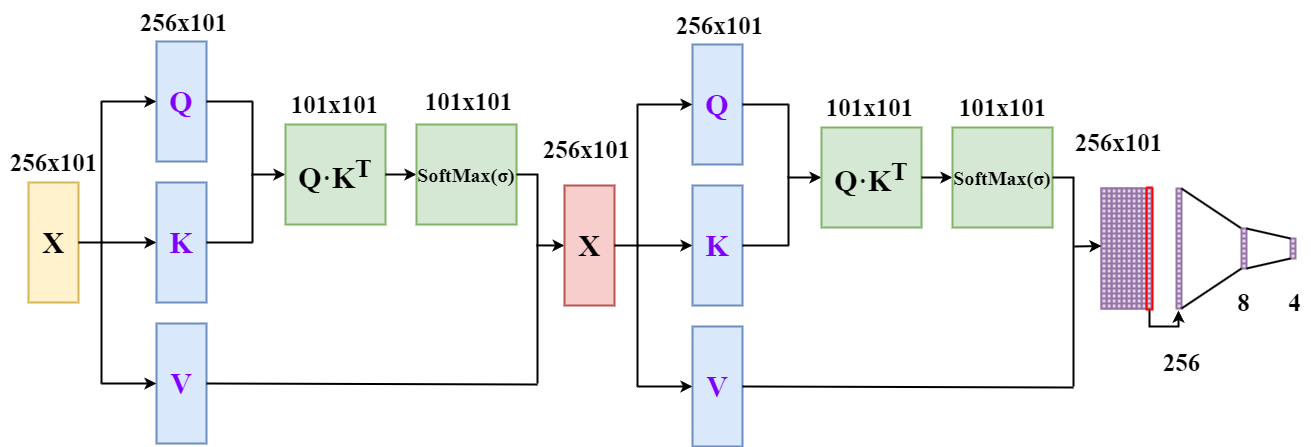
Purer-lyk/network_pic keeps this draw.io diagram as attention.drawio.png. Above is the earlier version. Source tidied: cells renumbered, new cells last; positions are measured from the earlier drawing's top-left corner, leaving out a move shared by most shapes.
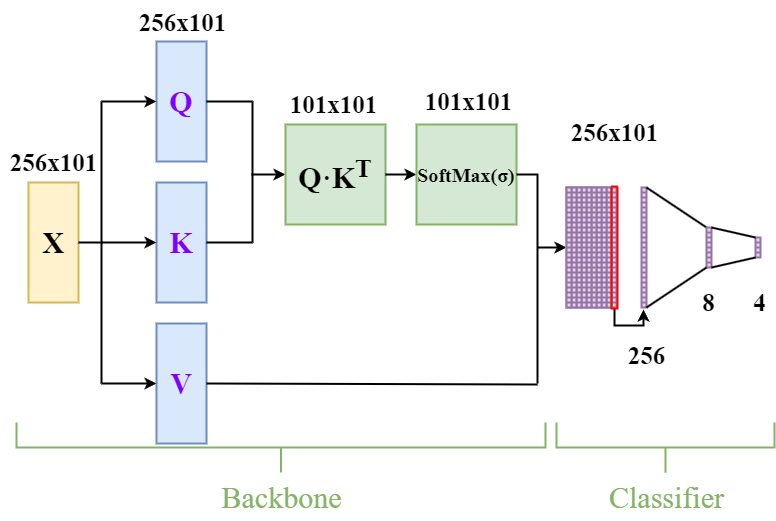
Above is the later version.

What changed in the source:
```diff
@@ -3,89 +3,89 @@
     <mxCell id="0" />
     <mxCell id="1" parent="0" />
     <mxCell id="2" value="&lt;font size=&quot;1&quot; face=&quot;Times New Roman&quot; style=&quot;&quot;&gt;&lt;b style=&quot;font-size: 30px;&quot;&gt;X&lt;/b&gt;&lt;/font&gt;" style="rounded=0;whiteSpace=wrap;html=1;strokeWidth=2;fillColor=#fff2cc;strokeColor=#d6b656;" parent="1" vertex="1">
-      <mxGeometry x="29" y="182" width="50" height="120" as="geometry" />
+      <mxGeometry x="564" y="183" width="50" height="120" as="geometry" />
     </mxCell>
     <mxCell id="3" value="&lt;font size=&quot;1&quot; color=&quot;#7f00ff&quot; face=&quot;Times New Roman&quot; style=&quot;&quot;&gt;&lt;b style=&quot;font-size: 30px;&quot;&gt;Q&lt;/b&gt;&lt;/font&gt;" style="rounded=0;whiteSpace=wrap;html=1;strokeWidth=2;fillColor=#dae8fc;strokeColor=#6c8ebf;" parent="1" vertex="1">
-      <mxGeometry x="157" y="41" width="50" height="120" as="geometry" />
+      <mxGeometry x="692" y="42" width="50" height="120" as="geometry" />
     </mxCell>
     <mxCell id="4" value="&lt;font size=&quot;1&quot; color=&quot;#7f00ff&quot; face=&quot;Times New Roman&quot; style=&quot;&quot;&gt;&lt;b style=&quot;font-size: 30px;&quot;&gt;K&lt;/b&gt;&lt;/font&gt;" style="rounded=0;whiteSpace=wrap;html=1;strokeWidth=2;fillColor=#dae8fc;strokeColor=#6c8ebf;" parent="1" vertex="1">
-      <mxGeometry x="157" y="182" width="50" height="120" as="geometry" />
+      <mxGeometry x="692" y="183" width="50" height="120" as="geometry" />
     </mxCell>
     <mxCell id="5" value="&lt;font size=&quot;1&quot; color=&quot;#7f00ff&quot; face=&quot;Times New Roman&quot; style=&quot;&quot;&gt;&lt;b style=&quot;font-size: 30px;&quot;&gt;V&lt;/b&gt;&lt;/font&gt;" style="rounded=0;whiteSpace=wrap;html=1;strokeWidth=2;fillColor=#dae8fc;strokeColor=#6c8ebf;" parent="1" vertex="1">
-      <mxGeometry x="157" y="323" width="50" height="120" as="geometry" />
+      <mxGeometry x="692" y="324" width="50" height="120" as="geometry" />
     </mxCell>
     <mxCell id="6" style="endArrow=none;html=1;rounded=0;exitX=1;exitY=0.5;exitDx=0;exitDy=0;strokeWidth=2;" parent="1" edge="1" source="2">
       <mxGeometry relative="1" as="geometry">
-        <mxPoint x="103" y="242" as="targetPoint" />
+        <mxPoint x="638" y="243" as="targetPoint" />
       </mxGeometry>
     </mxCell>
     <mxCell id="7" style="endArrow=none;html=1;rounded=0;curved=0;strokeWidth=2;" parent="1" edge="1">
       <mxGeometry relative="1" as="geometry">
-        <mxPoint x="102" y="383" as="sourcePoint" />
-        <mxPoint x="102" y="101" as="targetPoint" />
+        <mxPoint x="637" y="384" as="sourcePoint" />
+        <mxPoint x="637" y="102" as="targetPoint" />
       </mxGeometry>
     </mxCell>
     <mxCell id="8" style="endArrow=classic;html=1;rounded=0;entryX=0;entryY=0.5;entryDx=0;entryDy=0;strokeWidth=2;" parent="1" edge="1" target="3">
       <mxGeometry relative="1" as="geometry">
-        <mxPoint x="102" y="101" as="sourcePoint" />
+        <mxPoint x="637" y="102" as="sourcePoint" />
       </mxGeometry>
     </mxCell>
     <mxCell id="9" style="endArrow=classic;html=1;rounded=0;entryX=0;entryY=0.5;entryDx=0;entryDy=0;strokeWidth=2;" parent="1" edge="1" target="4">
       <mxGeometry relative="1" as="geometry">
-        <mxPoint x="102" y="242" as="sourcePoint" />
+        <mxPoint x="637" y="243" as="sourcePoint" />
       </mxGeometry>
     </mxCell>
     <mxCell id="10" style="endArrow=classic;html=1;rounded=0;entryX=0;entryY=0.5;entryDx=0;entryDy=0;strokeWidth=2;" parent="1" edge="1" target="5">
       <mxGeometry relative="1" as="geometry">
-        <mxPoint x="102" y="383" as="sourcePoint" />
+        <mxPoint x="637" y="384" as="sourcePoint" />
       </mxGeometry>
     </mxCell>
     <mxCell id="11" style="endArrow=none;html=1;rounded=0;exitX=1;exitY=0.5;exitDx=0;exitDy=0;strokeWidth=2;" parent="1" edge="1" source="3">
       <mxGeometry relative="1" as="geometry">
-        <mxPoint x="253" y="101" as="targetPoint" />
+        <mxPoint x="788" y="102" as="targetPoint" />
       </mxGeometry>
     </mxCell>
     <mxCell id="12" style="endArrow=none;html=1;rounded=0;exitX=1;exitY=0.5;exitDx=0;exitDy=0;strokeWidth=2;" parent="1" edge="1" source="4">
       <mxGeometry relative="1" as="geometry">
-        <mxPoint x="253" y="242" as="targetPoint" />
+        <mxPoint x="788" y="243" as="targetPoint" />
       </mxGeometry>
     </mxCell>
     <mxCell id="13" style="endArrow=none;html=1;rounded=0;exitX=1;exitY=0.5;exitDx=0;exitDy=0;strokeWidth=2;" parent="1" edge="1" source="5">
       <mxGeometry relative="1" as="geometry">
-        <mxPoint x="538" y="384" as="targetPoint" />
+        <mxPoint x="1073" y="385" as="targetPoint" />
       </mxGeometry>
     </mxCell>
     <mxCell id="14" style="endArrow=none;html=1;rounded=0;strokeWidth=2;" parent="1" edge="1">
       <mxGeometry relative="1" as="geometry">
-        <mxPoint x="253" y="242" as="sourcePoint" />
-        <mxPoint x="253" y="101" as="targetPoint" />
+        <mxPoint x="788" y="243" as="sourcePoint" />
+        <mxPoint x="788" y="102" as="targetPoint" />
       </mxGeometry>
     </mxCell>
     <mxCell id="15" style="endArrow=classic;html=1;rounded=0;strokeWidth=2;entryX=0;entryY=0.5;entryDx=0;entryDy=0;" parent="1" edge="1" target="16">
       <mxGeometry relative="1" as="geometry">
-        <mxPoint x="252" y="174" as="sourcePoint" />
+        <mxPoint x="787" y="175" as="sourcePoint" />
       </mxGeometry>
     </mxCell>
     <mxCell id="16" value="&lt;font face=&quot;Times New Roman&quot; style=&quot;font-size: 30px;&quot;&gt;&lt;b style=&quot;&quot;&gt;Q·K&lt;sup style=&quot;&quot;&gt;T&lt;/sup&gt;&lt;/b&gt;&lt;/font&gt;" style="rounded=0;whiteSpace=wrap;html=1;strokeWidth=2;fillColor=#d5e8d4;strokeColor=#82b366;" parent="1" vertex="1">
-      <mxGeometry x="286" y="124" width="100" height="100" as="geometry" />
+      <mxGeometry x="821" y="125" width="100" height="100" as="geometry" />
     </mxCell>
     <mxCell id="17" style="endArrow=classic;html=1;rounded=0;strokeWidth=2;entryX=0;entryY=0.5;entryDx=0;entryDy=0;exitX=1;exitY=0.5;exitDx=0;exitDy=0;" parent="1" edge="1" source="16" target="18">
       <mxGeometry relative="1" as="geometry" />
     </mxCell>
     <mxCell id="18" value="&lt;font size=&quot;1&quot; face=&quot;Times New Roman&quot;&gt;&lt;b style=&quot;font-size: 20px;&quot;&gt;SoftMax(σ)&lt;/b&gt;&lt;/font&gt;" style="rounded=0;whiteSpace=wrap;html=1;strokeWidth=2;fillColor=#d5e8d4;strokeColor=#82b366;" parent="1" vertex="1">
-      <mxGeometry x="417" y="124" width="100" height="100" as="geometry" />
+      <mxGeometry x="952" y="125" width="100" height="100" as="geometry" />
     </mxCell>
     <mxCell id="19" style="endArrow=none;html=1;rounded=0;exitX=1;exitY=0.5;exitDx=0;exitDy=0;strokeWidth=2;" parent="1" edge="1" source="18">
       <mxGeometry relative="1" as="geometry">
-        <mxPoint x="538" y="383" as="targetPoint" />
+        <mxPoint x="1073" y="384" as="targetPoint" />
         <Array as="points">
-          <mxPoint x="538" y="174" />
+          <mxPoint x="1073" y="175" />
         </Array>
       </mxGeometry>
     </mxCell>
-    <mxCell id="20" style="endArrow=classic;html=1;rounded=0;strokeWidth=2;entryX=0;entryY=0.5;entryDx=0;entryDy=0;" parent="1" edge="1" target="601">
+    <mxCell id="20" style="endArrow=classic;html=1;rounded=0;strokeWidth=2;entryX=0;entryY=0.5;entryDx=0;entryDy=0;" parent="1" edge="1" target="513">
       <mxGeometry relative="1" as="geometry">
-        <mxPoint x="537" y="244.9" as="sourcePoint" />
+        <mxPoint x="1073" y="248" as="sourcePoint" />
       </mxGeometry>
     </mxCell>
     <mxCell id="21" value="&lt;font face=&quot;Times New Roman&quot; style=&quot;font-size: 20px;&quot;&gt;&lt;b style=&quot;&quot;&gt;X&lt;/b&gt;&lt;/font&gt;" style="rounded=0;whiteSpace=wrap;html=1;strokeWidth=2;fillColor=#e1d5e7;strokeColor=#9673a6;" parent="1" vertex="1">
@@ -1813,22 +1813,22 @@
       <mxGeometry relative="1" as="geometry" />
     </mxCell>
     <mxCell id="593" value="&lt;b style=&quot;&quot;&gt;&lt;font style=&quot;font-size: 25px;&quot; face=&quot;Times New Roman&quot;&gt;256x101&lt;/font&gt;&lt;/b&gt;" style="text;html=1;align=center;verticalAlign=middle;strokeColor=none;fillColor=none;" parent="1" vertex="1">
-      <mxGeometry x="0.5" y="140" width="107" height="43" as="geometry" />
+      <mxGeometry x="535.5" y="141" width="107" height="43" as="geometry" />
     </mxCell>
     <mxCell id="594" value="&lt;b style=&quot;&quot;&gt;&lt;font style=&quot;font-size: 25px;&quot; face=&quot;Times New Roman&quot;&gt;256x101&lt;/font&gt;&lt;/b&gt;" style="text;html=1;align=center;verticalAlign=middle;strokeColor=none;fillColor=none;" parent="1" vertex="1">
-      <mxGeometry x="130" width="107" height="43" as="geometry" />
+      <mxGeometry x="665" y="1" width="107" height="43" as="geometry" />
     </mxCell>
     <mxCell id="595" value="&lt;b style=&quot;&quot;&gt;&lt;font style=&quot;font-size: 25px;&quot; face=&quot;Times New Roman&quot;&gt;101x101&lt;/font&gt;&lt;/b&gt;" style="text;html=1;align=center;verticalAlign=middle;strokeColor=none;fillColor=none;" parent="1" vertex="1">
-      <mxGeometry x="281" y="82.5" width="107" height="43" as="geometry" />
+      <mxGeometry x="816" y="83.5" width="107" height="43" as="geometry" />
     </mxCell>
     <mxCell id="596" value="&lt;b style=&quot;&quot;&gt;&lt;font style=&quot;font-size: 25px;&quot; face=&quot;Times New Roman&quot;&gt;101x101&lt;/font&gt;&lt;/b&gt;" style="text;html=1;align=center;verticalAlign=middle;strokeColor=none;fillColor=none;" parent="1" vertex="1">
-      <mxGeometry x="415" y="79.5" width="107" height="43" as="geometry" />
+      <mxGeometry x="950" y="80.5" width="107" height="43" as="geometry" />
     </mxCell>
     <mxCell id="597" value="&lt;b style=&quot;&quot;&gt;&lt;font style=&quot;font-size: 25px;&quot; face=&quot;Times New Roman&quot;&gt;256x101&lt;/font&gt;&lt;/b&gt;" style="text;html=1;align=center;verticalAlign=middle;strokeColor=none;fillColor=none;" parent="1" vertex="1">
-      <mxGeometry x="1065" y="120" width="107" height="43" as="geometry" />
+      <mxGeometry x="1096" y="111.5" width="107" height="43" as="geometry" />
     </mxCell>
     <mxCell id="598" value="&lt;b style=&quot;&quot;&gt;&lt;font style=&quot;font-size: 25px;&quot; face=&quot;Times New Roman&quot;&gt;256&lt;/font&gt;&lt;/b&gt;" style="text;html=1;align=center;verticalAlign=middle;strokeColor=none;fillColor=none;" parent="1" vertex="1">
-      <mxGeometry x="1153" y="340" width="57" height="43" as="geometry" />
+      <mxGeometry x="1153" y="334" width="57" height="43" as="geometry" />
     </mxCell>
     <mxCell id="599" value="&lt;b style=&quot;&quot;&gt;&lt;font style=&quot;font-size: 25px;&quot; face=&quot;Times New Roman&quot;&gt;8&lt;/font&gt;&lt;/b&gt;" style="text;html=1;align=center;verticalAlign=middle;strokeColor=none;fillColor=none;" parent="1" vertex="1">
       <mxGeometry x="1228" y="281" width="32" height="43" as="geometry" />
@@ -1836,103 +1836,17 @@
     <mxCell id="600" value="&lt;b style=&quot;&quot;&gt;&lt;font style=&quot;font-size: 25px;&quot; face=&quot;Times New Roman&quot;&gt;4&lt;/font&gt;&lt;/b&gt;" style="text;html=1;align=center;verticalAlign=middle;strokeColor=none;fillColor=none;" parent="1" vertex="1">
       <mxGeometry x="1279" y="281" width="32" height="43" as="geometry" />
     </mxCell>
-    <mxCell id="601" value="&lt;font size=&quot;1&quot; face=&quot;Times New Roman&quot; style=&quot;&quot;&gt;&lt;b style=&quot;font-size: 30px;&quot;&gt;X&lt;/b&gt;&lt;/font&gt;" style="rounded=0;whiteSpace=wrap;html=1;strokeWidth=2;fillColor=#f8cecc;strokeColor=#b85450;" parent="1" vertex="1">
-      <mxGeometry x="565" y="185" width="50" height="120" as="geometry" />
-    </mxCell>
-    <mxCell id="602" value="&lt;font size=&quot;1&quot; color=&quot;#7f00ff&quot; face=&quot;Times New Roman&quot; style=&quot;&quot;&gt;&lt;b style=&quot;font-size: 30px;&quot;&gt;Q&lt;/b&gt;&lt;/font&gt;" style="rounded=0;whiteSpace=wrap;html=1;strokeWidth=2;fillColor=#dae8fc;strokeColor=#6c8ebf;" parent="1" vertex="1">
-      <mxGeometry x="693" y="44" width="50" height="120" as="geometry" />
-    </mxCell>
-    <mxCell id="603" value="&lt;font size=&quot;1&quot; color=&quot;#7f00ff&quot; face=&quot;Times New Roman&quot; style=&quot;&quot;&gt;&lt;b style=&quot;font-size: 30px;&quot;&gt;K&lt;/b&gt;&lt;/font&gt;" style="rounded=0;whiteSpace=wrap;html=1;strokeWidth=2;fillColor=#dae8fc;strokeColor=#6c8ebf;" parent="1" vertex="1">
-      <mxGeometry x="693" y="185" width="50" height="120" as="geometry" />
-    </mxCell>
-    <mxCell id="604" value="&lt;font size=&quot;1&quot; color=&quot;#7f00ff&quot; face=&quot;Times New Roman&quot; style=&quot;&quot;&gt;&lt;b style=&quot;font-size: 30px;&quot;&gt;V&lt;/b&gt;&lt;/font&gt;" style="rounded=0;whiteSpace=wrap;html=1;strokeWidth=2;fillColor=#dae8fc;strokeColor=#6c8ebf;" parent="1" vertex="1">
-      <mxGeometry x="693" y="326" width="50" height="120" as="geometry" />
-    </mxCell>
-    <mxCell id="605" style="endArrow=none;html=1;rounded=0;exitX=1;exitY=0.5;exitDx=0;exitDy=0;strokeWidth=2;" parent="1" edge="1" source="601">
-      <mxGeometry relative="1" as="geometry">
-        <mxPoint x="639" y="245" as="targetPoint" />
-      </mxGeometry>
-    </mxCell>
-    <mxCell id="606" style="endArrow=none;html=1;rounded=0;curved=0;strokeWidth=2;" parent="1" edge="1">
-      <mxGeometry relative="1" as="geometry">
-        <mxPoint x="638" y="386" as="sourcePoint" />
-        <mxPoint x="638" y="104" as="targetPoint" />
-      </mxGeometry>
-    </mxCell>
-    <mxCell id="607" style="endArrow=classic;html=1;rounded=0;entryX=0;entryY=0.5;entryDx=0;entryDy=0;strokeWidth=2;" parent="1" edge="1" target="602">
-      <mxGeometry relative="1" as="geometry">
-        <mxPoint x="638" y="104" as="sourcePoint" />
-      </mxGeometry>
-    </mxCell>
-    <mxCell id="608" style="endArrow=classic;html=1;rounded=0;entryX=0;entryY=0.5;entryDx=0;entryDy=0;strokeWidth=2;" parent="1" edge="1" target="603">
-      <mxGeometry relative="1" as="geometry">
-        <mxPoint x="638" y="245" as="sourcePoint" />
-      </mxGeometry>
-    </mxCell>
-    <mxCell id="609" style="endArrow=classic;html=1;rounded=0;entryX=0;entryY=0.5;entryDx=0;entryDy=0;strokeWidth=2;" parent="1" edge="1" target="604">
-      <mxGeometry relative="1" as="geometry">
-        <mxPoint x="638" y="386" as="sourcePoint" />
-      </mxGeometry>
-    </mxCell>
-    <mxCell id="610" style="endArrow=none;html=1;rounded=0;exitX=1;exitY=0.5;exitDx=0;exitDy=0;strokeWidth=2;" parent="1" edge="1" source="602">
-      <mxGeometry relative="1" as="geometry">
-        <mxPoint x="789" y="104" as="targetPoint" />
-      </mxGeometry>
-    </mxCell>
-    <mxCell id="611" style="endArrow=none;html=1;rounded=0;exitX=1;exitY=0.5;exitDx=0;exitDy=0;strokeWidth=2;" parent="1" edge="1" source="603">
-      <mxGeometry relative="1" as="geometry">
-        <mxPoint x="789" y="245" as="targetPoint" />
-      </mxGeometry>
-    </mxCell>
-    <mxCell id="612" style="endArrow=none;html=1;rounded=0;exitX=1;exitY=0.5;exitDx=0;exitDy=0;strokeWidth=2;" parent="1" edge="1" source="604">
-      <mxGeometry relative="1" as="geometry">
-        <mxPoint x="1074" y="387" as="targetPoint" />
-      </mxGeometry>
-    </mxCell>
-    <mxCell id="613" style="endArrow=none;html=1;rounded=0;strokeWidth=2;" parent="1" edge="1">
-      <mxGeometry relative="1" as="geometry">
-        <mxPoint x="789" y="245" as="sourcePoint" />
-        <mxPoint x="789" y="104" as="targetPoint" />
-      </mxGeometry>
-    </mxCell>
-    <mxCell id="614" style="endArrow=classic;html=1;rounded=0;strokeWidth=2;entryX=0;entryY=0.5;entryDx=0;entryDy=0;" parent="1" edge="1" target="615">
-      <mxGeometry relative="1" as="geometry">
-        <mxPoint x="788" y="177" as="sourcePoint" />
-      </mxGeometry>
-    </mxCell>
-    <mxCell id="615" value="&lt;font face=&quot;Times New Roman&quot; style=&quot;font-size: 30px;&quot;&gt;&lt;b style=&quot;&quot;&gt;Q·K&lt;sup style=&quot;&quot;&gt;T&lt;/sup&gt;&lt;/b&gt;&lt;/font&gt;" style="rounded=0;whiteSpace=wrap;html=1;strokeWidth=2;fillColor=#d5e8d4;strokeColor=#82b366;" parent="1" vertex="1">
-      <mxGeometry x="822" y="127" width="100" height="100" as="geometry" />
-    </mxCell>
-    <mxCell id="616" style="endArrow=classic;html=1;rounded=0;strokeWidth=2;entryX=0;entryY=0.5;entryDx=0;entryDy=0;exitX=1;exitY=0.5;exitDx=0;exitDy=0;" parent="1" edge="1" source="615" target="617">
-      <mxGeometry relative="1" as="geometry" />
-    </mxCell>
-    <mxCell id="617" value="&lt;font size=&quot;1&quot; face=&quot;Times New Roman&quot;&gt;&lt;b style=&quot;font-size: 20px;&quot;&gt;SoftMax(σ)&lt;/b&gt;&lt;/font&gt;" style="rounded=0;whiteSpace=wrap;html=1;strokeWidth=2;fillColor=#d5e8d4;strokeColor=#82b366;" parent="1" vertex="1">
-      <mxGeometry x="953" y="127" width="100" height="100" as="geometry" />
-    </mxCell>
-    <mxCell id="618" style="endArrow=none;html=1;rounded=0;exitX=1;exitY=0.5;exitDx=0;exitDy=0;strokeWidth=2;" parent="1" edge="1" source="617">
-      <mxGeometry relative="1" as="geometry">
-        <mxPoint x="1074" y="386" as="targetPoint" />
-        <Array as="points">
-          <mxPoint x="1074" y="177" />
-        </Array>
-      </mxGeometry>
-    </mxCell>
-    <mxCell id="619" style="endArrow=classic;html=1;rounded=0;strokeWidth=2;entryX=0;entryY=0.5;entryDx=0;entryDy=0;" parent="1" edge="1" target="536">
-      <mxGeometry relative="1" as="geometry">
-        <mxPoint x="1075" y="246" as="sourcePoint" />
-      </mxGeometry>
-    </mxCell>
-    <mxCell id="620" value="&lt;b style=&quot;&quot;&gt;&lt;font style=&quot;font-size: 25px;&quot; face=&quot;Times New Roman&quot;&gt;256x101&lt;/font&gt;&lt;/b&gt;" style="text;html=1;align=center;verticalAlign=middle;strokeColor=none;fillColor=none;" parent="1" vertex="1">
-      <mxGeometry x="533" y="127" width="107" height="43" as="geometry" />
-    </mxCell>
-    <mxCell id="621" value="&lt;b style=&quot;&quot;&gt;&lt;font style=&quot;font-size: 25px;&quot; face=&quot;Times New Roman&quot;&gt;256x101&lt;/font&gt;&lt;/b&gt;" style="text;html=1;align=center;verticalAlign=middle;strokeColor=none;fillColor=none;" parent="1" vertex="1">
-      <mxGeometry x="666" y="3" width="107" height="43" as="geometry" />
-    </mxCell>
-    <mxCell id="622" value="&lt;b style=&quot;&quot;&gt;&lt;font style=&quot;font-size: 25px;&quot; face=&quot;Times New Roman&quot;&gt;101x101&lt;/font&gt;&lt;/b&gt;" style="text;html=1;align=center;verticalAlign=middle;strokeColor=none;fillColor=none;" parent="1" vertex="1">
-      <mxGeometry x="816" y="85" width="107" height="43" as="geometry" />
-    </mxCell>
-    <mxCell id="623" value="&lt;b style=&quot;&quot;&gt;&lt;font style=&quot;font-size: 25px;&quot; face=&quot;Times New Roman&quot;&gt;101x101&lt;/font&gt;&lt;/b&gt;" style="text;html=1;align=center;verticalAlign=middle;strokeColor=none;fillColor=none;" parent="1" vertex="1">
-      <mxGeometry x="949" y="85" width="107" height="43" as="geometry" />
-    </mxCell>
+    <mxCell id="624" style="strokeWidth=2;html=1;shape=mxgraph.flowchart.annotation_2;align=left;labelPosition=right;direction=north;fillColor=#d5e8d4;strokeColor=#82b366;" parent="1" vertex="1">
+      <mxGeometry x="552" y="423" width="529" height="50" as="geometry" />
+    </mxCell>
+    <mxCell id="625" style="strokeWidth=2;html=1;shape=mxgraph.flowchart.annotation_2;align=left;labelPosition=right;direction=north;fillColor=#d5e8d4;strokeColor=#82b366;" parent="1" vertex="1">
+      <mxGeometry x="1092" y="423" width="218" height="50" as="geometry" />
+    </mxCell>
+    <mxCell id="626" value="&lt;font color=&quot;#82b366&quot; face=&quot;Times New Roman&quot; style=&quot;font-size: 30px;&quot;&gt;Backbone&lt;/font&gt;" style="text;html=1;align=center;verticalAlign=middle;strokeColor=none;fillColor=none;" parent="1" vertex="1">
+      <mxGeometry x="747.5" y="473" width="139" height="49" as="geometry" />
+    </mxCell>
+    <mxCell id="627" value="&lt;font color=&quot;#82b366&quot; face=&quot;Times New Roman&quot; style=&quot;font-size: 30px;&quot;&gt;Classifier&lt;/font&gt;" style="text;html=1;align=center;verticalAlign=middle;strokeColor=none;fillColor=none;" parent="1" vertex="1">
+      <mxGeometry x="1134.5" y="473" width="134" height="49" as="geometry" />
+    </mxCell>
   </root>
 </mxGraphModel>
```
